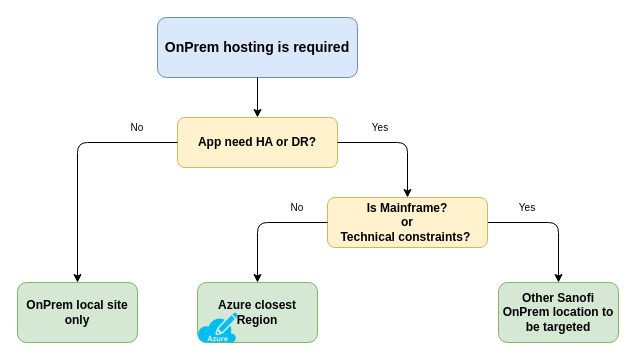
This is page "ADC" (3 of 3) of DR-DecisionTree.drawio from anthonygea/mycv, a draw.io file, before an edit. Source tidied: cells renumbered, new cells numbered last; positions are measured from the earlier drawing's top-left corner, leaving out a move shared by most shapes. Both pictures are drawn from the tidied source at 100%, with x=0, y=0 at pixel (17, 17).
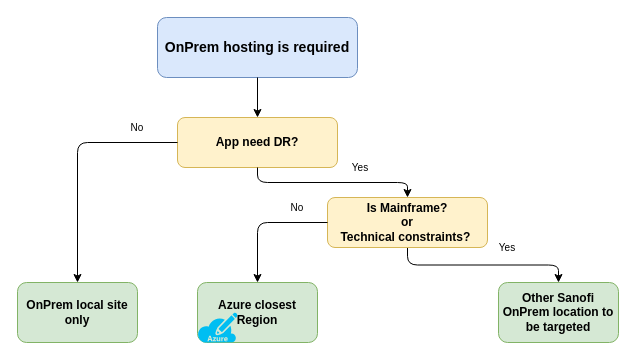
The same diagram, later.

Change to the diagram source:
```diff
@@
 <mxGraphModel>
   <root>
     <mxCell id="0" />
     <mxCell id="1" parent="0" />
     <mxCell id="2" value="OnPrem hosting is required" style="rounded=1;whiteSpace=wrap;html=1;fillColor=#dae8fc;strokeColor=#6c8ebf;fontSize=14;fontStyle=1;" parent="1" vertex="1">
       <mxGeometry x="140" width="200" height="60" as="geometry" />
     </mxCell>
-    <mxCell id="3" value="App need HA or DR?" style="rounded=1;whiteSpace=wrap;html=1;fillColor=#fff2cc;strokeColor=#d6b656;fontSize=12;fontStyle=1;" parent="1" vertex="1">
+    <mxCell id="3" value="App need DR?" style="rounded=1;whiteSpace=wrap;html=1;fillColor=#fff2cc;strokeColor=#d6b656;fontSize=12;fontStyle=1;" parent="1" vertex="1">
       <mxGeometry x="160" y="100" width="160" height="50" as="geometry" />
     </mxCell>
     <mxCell id="4" value="&lt;div&gt;Other Sanofi OnPrem location to be targeted&lt;/div&gt;" style="rounded=1;whiteSpace=wrap;html=1;fillColor=#d5e8d4;strokeColor=#82b366;fontSize=12;fontStyle=1;" parent="1" vertex="1">
       <mxGeometry x="481" y="265" width="120" height="60" as="geometry" />
     </mxCell>
     <mxCell id="5" style="endArrow=classic;html=1;edgeStyle=orthogonalEdgeStyle;" parent="1" edge="1" source="2" target="3">
       <mxGeometry relative="1" as="geometry" />
     </mxCell>
     <mxCell id="6" style="endArrow=classic;html=1;edgeStyle=orthogonalEdgeStyle;entryX=0.5;entryY=0;entryDx=0;entryDy=0;exitX=0;exitY=0.5;exitDx=0;exitDy=0;" parent="1" edge="1" source="3" target="10">
       <mxGeometry relative="1" as="geometry" />
     </mxCell>
-    <mxCell id="7" style="endArrow=classic;html=1;edgeStyle=orthogonalEdgeStyle;entryX=0.5;entryY=0;entryDx=0;entryDy=0;exitX=1;exitY=0.5;exitDx=0;exitDy=0;" parent="1" edge="1" source="11" target="4">
+    <mxCell id="7" style="endArrow=classic;html=1;edgeStyle=orthogonalEdgeStyle;entryX=0.5;entryY=0;entryDx=0;entryDy=0;exitX=0.5;exitY=1;exitDx=0;exitDy=0;" parent="1" edge="1" source="11" target="4">
       <mxGeometry relative="1" as="geometry" />
     </mxCell>
     <mxCell id="8" value="Yes" style="text;html=1;strokeColor=none;fillColor=none;align=center;verticalAlign=middle;whiteSpace=wrap;rounded=0;fontSize=10;" parent="1" vertex="1">
-      <mxGeometry x="310" y="100" width="106" height="20" as="geometry" />
+      <mxGeometry x="290" y="140" width="106" height="20" as="geometry" />
     </mxCell>
     <mxCell id="9" value="No" style="text;html=1;strokeColor=none;fillColor=none;align=center;verticalAlign=middle;whiteSpace=wrap;rounded=0;fontSize=10;" parent="1" vertex="1">
       <mxGeometry x="70" y="100" width="100" height="20" as="geometry" />
     </mxCell>
     <mxCell id="10" value="OnPrem local site only" style="rounded=1;whiteSpace=wrap;html=1;fillColor=#d5e8d4;strokeColor=#82b366;fontSize=12;fontStyle=1;" parent="1" vertex="1">
       <mxGeometry y="265" width="120" height="60" as="geometry" />
     </mxCell>
     <mxCell id="11" value="Is Mainframe?&lt;div&gt;or&lt;/div&gt;&lt;div&gt;Technical constraints?&amp;nbsp;&lt;/div&gt;" style="rounded=1;whiteSpace=wrap;html=1;fillColor=#fff2cc;strokeColor=#d6b656;fontSize=12;fontStyle=1;" parent="1" vertex="1">
       <mxGeometry x="310" y="180" width="160" height="50" as="geometry" />
     </mxCell>
     <mxCell id="12" value="Yes" style="text;html=1;strokeColor=none;fillColor=none;align=center;verticalAlign=middle;whiteSpace=wrap;rounded=0;fontSize=10;" parent="1" vertex="1">
-      <mxGeometry x="460" y="180" width="100" height="20" as="geometry" />
+      <mxGeometry x="440" y="220" width="100" height="20" as="geometry" />
     </mxCell>
-    <mxCell id="13" style="endArrow=classic;html=1;edgeStyle=orthogonalEdgeStyle;entryX=0.5;entryY=0;entryDx=0;entryDy=0;exitX=1;exitY=0.5;exitDx=0;exitDy=0;" parent="1" edge="1" source="3" target="11">
+    <mxCell id="13" style="endArrow=classic;html=1;edgeStyle=orthogonalEdgeStyle;entryX=0.5;entryY=0;entryDx=0;entryDy=0;exitX=0.5;exitY=1;exitDx=0;exitDy=0;" parent="1" edge="1" source="3" target="11">
       <mxGeometry relative="1" as="geometry" />
     </mxCell>
     <mxCell id="14" value="No" style="text;html=1;strokeColor=none;fillColor=none;align=center;verticalAlign=middle;whiteSpace=wrap;rounded=0;fontSize=10;" parent="1" vertex="1">
       <mxGeometry x="230" y="180" width="100" height="20" as="geometry" />
     </mxCell>
     <mxCell id="15" value="&lt;div&gt;Azure closest Region&lt;/div&gt;" style="rounded=1;whiteSpace=wrap;html=1;fillColor=#d5e8d4;strokeColor=#82b366;fontSize=12;fontStyle=1;" parent="1" vertex="1">
       <mxGeometry x="180" y="265" width="120" height="60" as="geometry" />
     </mxCell>
     <mxCell id="16" style="endArrow=classic;html=1;edgeStyle=orthogonalEdgeStyle;entryX=0.5;entryY=0;entryDx=0;entryDy=0;exitX=0;exitY=0.5;exitDx=0;exitDy=0;" parent="1" edge="1" source="11" target="15">
       <mxGeometry relative="1" as="geometry" />
     </mxCell>
     <mxCell id="17" style="verticalLabelPosition=bottom;html=1;verticalAlign=top;align=center;strokeColor=none;fillColor=#00BEF2;shape=mxgraph.azure.azure_subscription;" parent="1" vertex="1">
       <mxGeometry x="180" y="295" width="40" height="30" as="geometry" />
     </mxCell>
   </root>
 </mxGraphModel>
```
